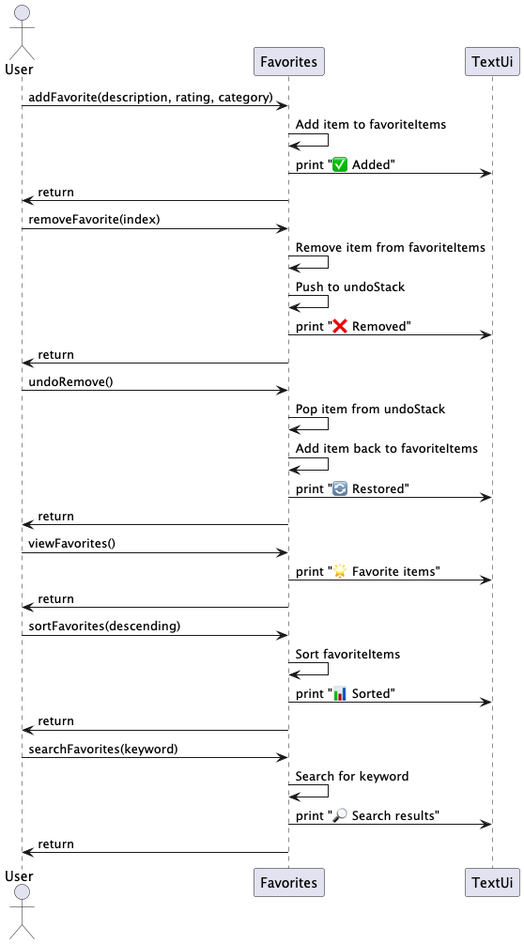
Earlier version of the PlantUML export docs/diagrams/favorites.png (AY2425S2-CS2113-W12-2/tp).
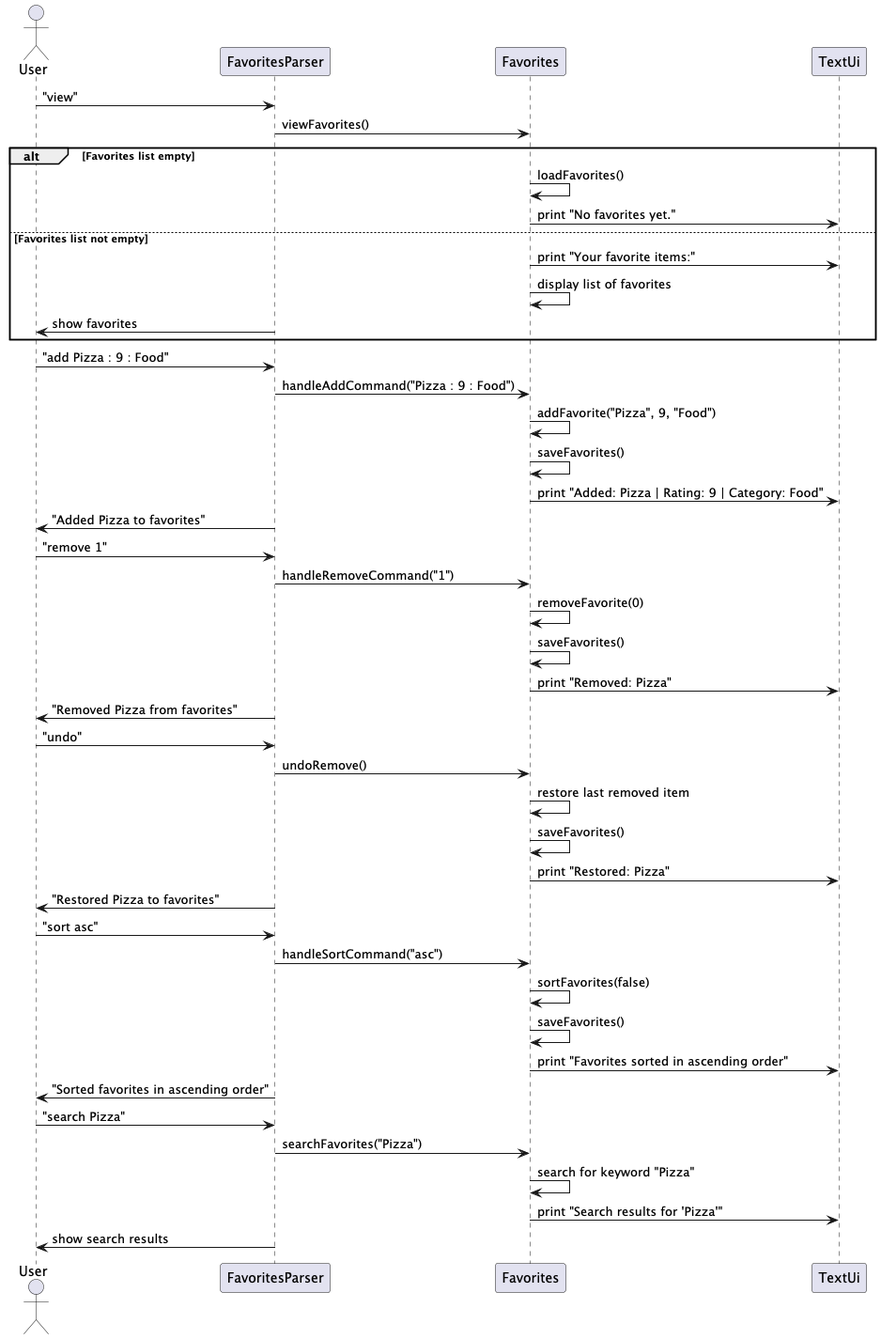
The same diagram one commit later.

Commit message:
Update Uml diagram

What changed in the source:
```diff
@@ -1,37 +1,52 @@
-@startuml
+@startuml FavoritesTracker
 actor User
+participant FavoritesParser
 participant Favorites
 participant TextUi
 
-User -> Favorites: addFavorite(description, rating, category)
-Favorites -> Favorites: Add item to favoriteItems
-Favorites -> TextUi: print "✅ Added"
-Favorites -> User: return
+User -> FavoritesParser: "view"
+FavoritesParser -> Favorites: viewFavorites()
+alt Favorites list empty
+    Favorites -> Favorites: loadFavorites()
+    Favorites -> TextUi: print "No favorites yet."
+else Favorites list not empty
+    Favorites -> TextUi: print "Your favorite items:"
+    Favorites -> Favorites: display list of favorites
+    FavoritesParser -> User: show favorites
+end
 
-User -> Favorites: removeFavorite(index)
-Favorites -> Favorites: Remove item from favoriteItems
-Favorites -> Favorites: Push to undoStack
-Favorites -> TextUi: print "❌ Removed"
-Favorites -> User: return
+User -> FavoritesParser: "add Pizza : 9 : Food"
+FavoritesParser -> Favorites: handleAddCommand("Pizza : 9 : Food")
+Favorites -> Favorites: addFavorite("Pizza", 9, "Food")
+Favorites -> Favorites: saveFavorites()
+Favorites -> TextUi: print "Added: Pizza | Rating: 9 | Category: Food"
+FavoritesParser -> User: "Added Pizza to favorites"
 
-User -> Favorites: undoRemove()
-Favorites -> Favorites: Pop item from undoStack
-Favorites -> Favorites: Add item back to favoriteItems
-Favorites -> TextUi: print "🔄 Restored"
-Favorites -> User: return
+User -> FavoritesParser: "remove 1"
+FavoritesParser -> Favorites: handleRemoveCommand("1")
+Favorites -> Favorites: removeFavorite(0)
+Favorites -> Favorites: saveFavorites()
+Favorites -> TextUi: print "Removed: Pizza"
+FavoritesParser -> User: "Removed Pizza from favorites"
 
-User -> Favorites: viewFavorites()
-Favorites -> TextUi: print "🌟 Favorite items"
-Favorites -> User: return
+User -> FavoritesParser: "undo"
+FavoritesParser -> Favorites: undoRemove()
+Favorites -> Favorites: restore last removed item
+Favorites -> Favorites: saveFavorites()
+Favorites -> TextUi: print "Restored: Pizza"
+FavoritesParser -> User: "Restored Pizza to favorites"
 
-User -> Favorites: sortFavorites(descending)
-Favorites -> Favorites: Sort favoriteItems
-Favorites -> TextUi: print "📊 Sorted"
-Favorites -> User: return
+User -> FavoritesParser: "sort asc"
+FavoritesParser -> Favorites: handleSortCommand("asc")
+Favorites -> Favorites: sortFavorites(false)
+Favorites -> Favorites: saveFavorites()
+Favorites -> TextUi: print "Favorites sorted in ascending order"
+FavoritesParser -> User: "Sorted favorites in ascending order"
 
-User -> Favorites: searchFavorites(keyword)
-Favorites -> Favorites: Search for keyword
-Favorites -> TextUi: print "🔎 Search results"
-Favorites -> User: return
+User -> FavoritesParser: "search Pizza"
+FavoritesParser -> Favorites: searchFavorites("Pizza")
+Favorites -> Favorites: search for keyword "Pizza"
+Favorites -> TextUi: print "Search results for 'Pizza'"
+FavoritesParser -> User: show search results
 
 @enduml
```
